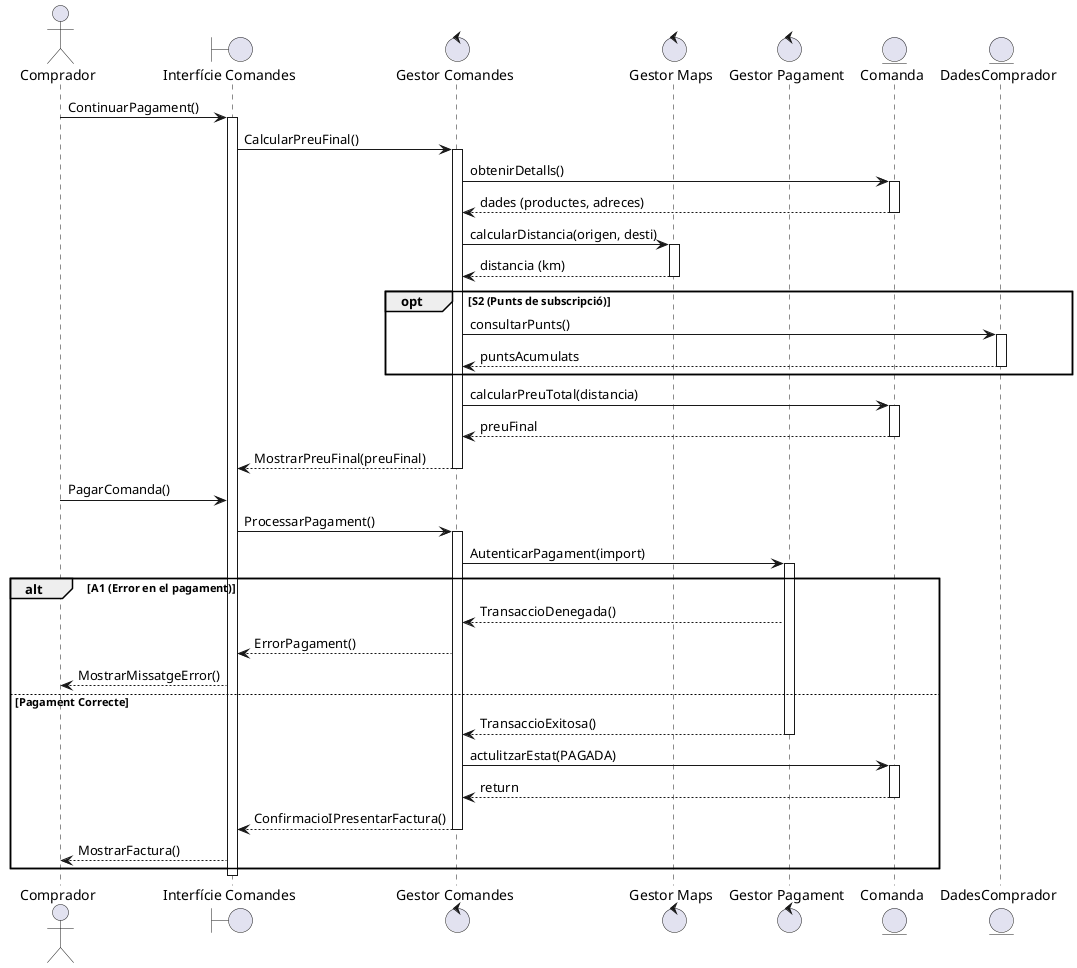
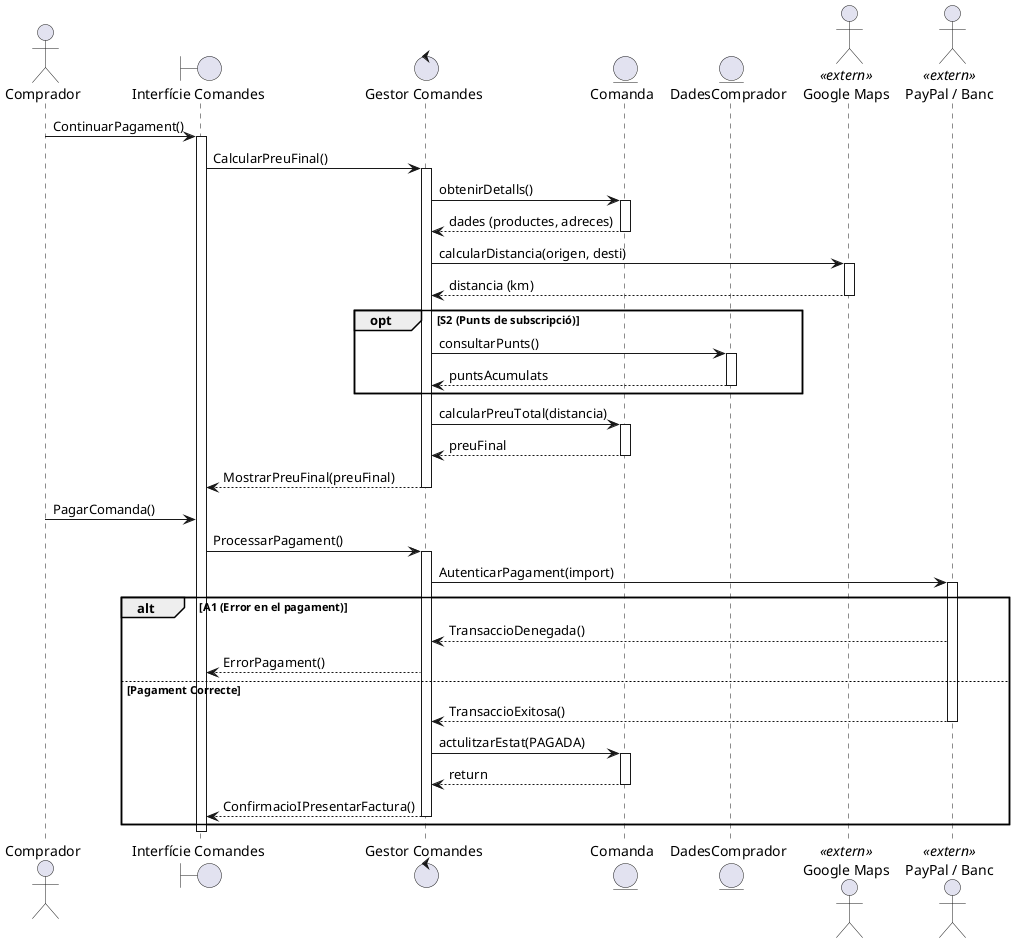
@startuml
actor Comprador
boundary "Interfície Comandes"
control "Gestor Comandes"
- control "Gestor Maps"
- control "Gestor Pagament"
entity Comanda
entity DadesComprador
+ actor "Google Maps" <<extern>>
+ actor "PayPal / Banc" <<extern>>

' --- 1, 2 i 3. INICI I CÀLCUL DE PREU AMB GOOGLE MAPS ---
Comprador -> "Interfície Comandes" : ContinuarPagament()
activate "Interfície Comandes"

"Interfície Comandes" -> "Gestor Comandes" : CalcularPreuFinal()
activate "Gestor Comandes"

"Gestor Comandes" -> Comanda : obtenirDetalls()
activate Comanda
Comanda --> "Gestor Comandes" : dades (productes, adreces)
deactivate Comanda

- ' Càlcul de distància delegat al nou gestor
- "Gestor Comandes" -> "Gestor Maps" : calcularDistancia(origen, desti)
- activate "Gestor Maps"
- "Gestor Maps" --> "Gestor Comandes" : distancia (km)
- deactivate "Gestor Maps"
+ ' Càlcul de distància delegat a l'actor extern
+ "Gestor Comandes" -> "Google Maps" : calcularDistancia(origen, desti)
+ activate "Google Maps"
+ "Google Maps" --> "Gestor Comandes" : distancia (km)
+ deactivate "Google Maps"

' --- S2. PUNTS DE SUBSCRIPCIÓ ---
opt S2 (Punts de subscripció)
    "Gestor Comandes" -> DadesComprador : consultarPunts()
    activate DadesComprador
    DadesComprador --> "Gestor Comandes" : puntsAcumulats
    deactivate DadesComprador
end

"Gestor Comandes" -> Comanda : calcularPreuTotal(distancia)
activate Comanda
Comanda --> "Gestor Comandes" : preuFinal
deactivate Comanda

"Gestor Comandes" --> "Interfície Comandes" : MostrarPreuFinal(preuFinal)
deactivate "Gestor Comandes"

- ' --- 4 i 5. PROCÉS DE PAGAMENT AMB GESTOR BANCARI ---
+ ' --- 4 i 5. PROCÉS DE PAGAMENT ---
Comprador -> "Interfície Comandes" : PagarComanda()

"Interfície Comandes" -> "Gestor Comandes" : ProcessarPagament()
activate "Gestor Comandes"

- "Gestor Comandes" -> "Gestor Pagament" : AutenticarPagament(import)
- activate "Gestor Pagament"
+ "Gestor Comandes" -> "PayPal / Banc" : AutenticarPagament(import)
+ activate "PayPal / Banc"

' --- A1. ERROR EN EL PAGAMENT ---
alt A1 (Error en el pagament)
-     "Gestor Pagament" --> "Gestor Comandes" : TransaccioDenegada()
+     "PayPal / Banc" --> "Gestor Comandes" : TransaccioDenegada()
    "Gestor Comandes" --> "Interfície Comandes" : ErrorPagament()
-     "Interfície Comandes" --> Comprador : MostrarMissatgeError()
else Pagament Correcte
-     "Gestor Pagament" --> "Gestor Comandes" : TransaccioExitosa()
-     deactivate "Gestor Pagament"
+     "PayPal / Banc" --> "Gestor Comandes" : TransaccioExitosa()
+     deactivate "PayPal / Banc"

    ' --- 6. CONFIRMACIÓ I FACTURA ---
    "Gestor Comandes" -> Comanda : actulitzarEstat(PAGADA)
    activate Comanda
    Comanda --> "Gestor Comandes" : return
    deactivate Comanda

    "Gestor Comandes" --> "Interfície Comandes" : ConfirmacioIPresentarFactura()
    deactivate "Gestor Comandes"
- 
-     "Interfície Comandes" --> Comprador : MostrarFactura()
end

deactivate "Interfície Comandes"

@enduml
